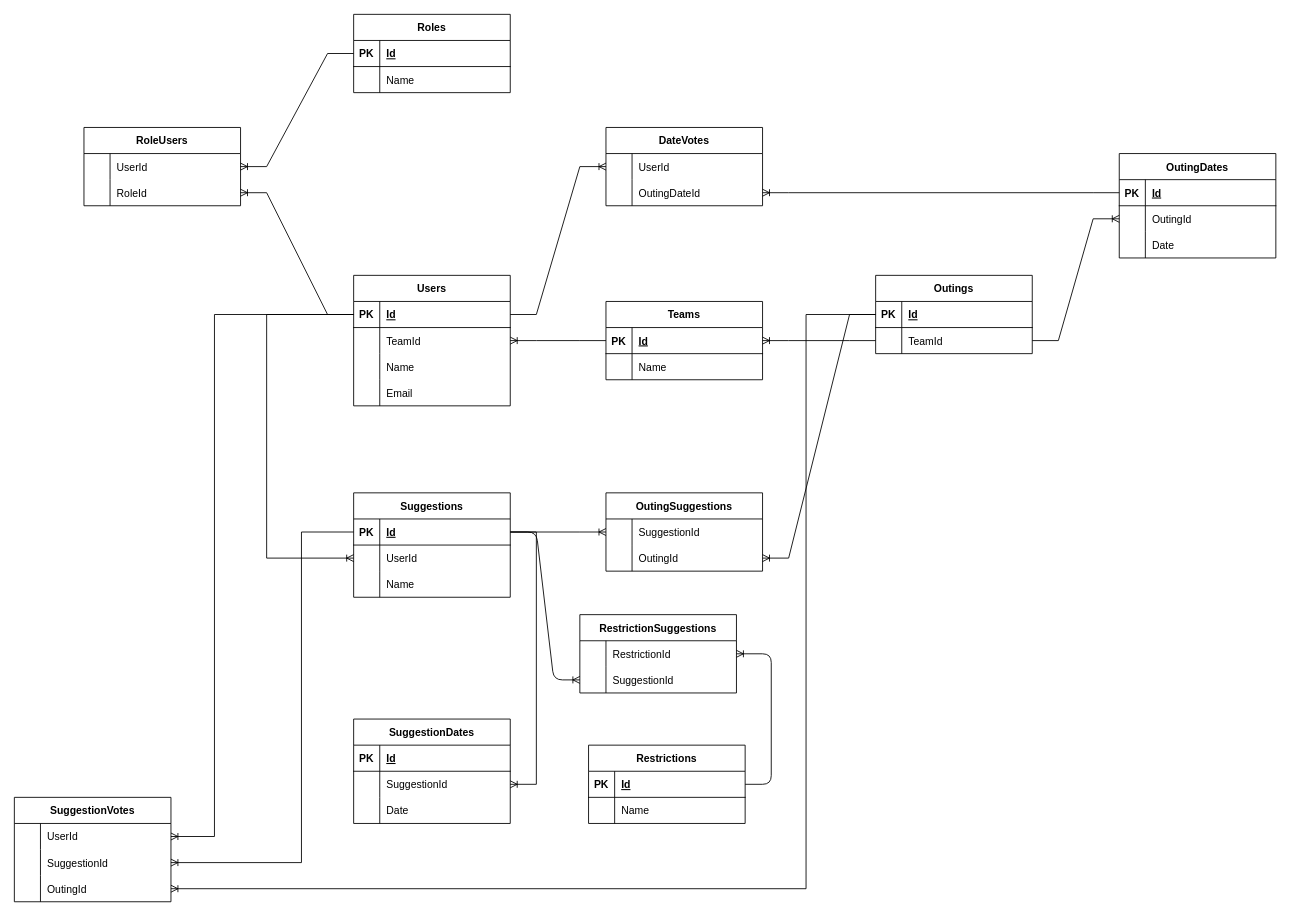
The draw.io diagram docs/ERD.drawio in PS222407/cgi-talpa-groepsopdracht, before the edit. Source tidied: cells renumbered, new cells numbered last; positions are measured from the earlier drawing's top-left corner, leaving out a move shared by most shapes. Both pictures are drawn from the tidied source at 87%, with x=0, y=0 at pixel (14, 14).
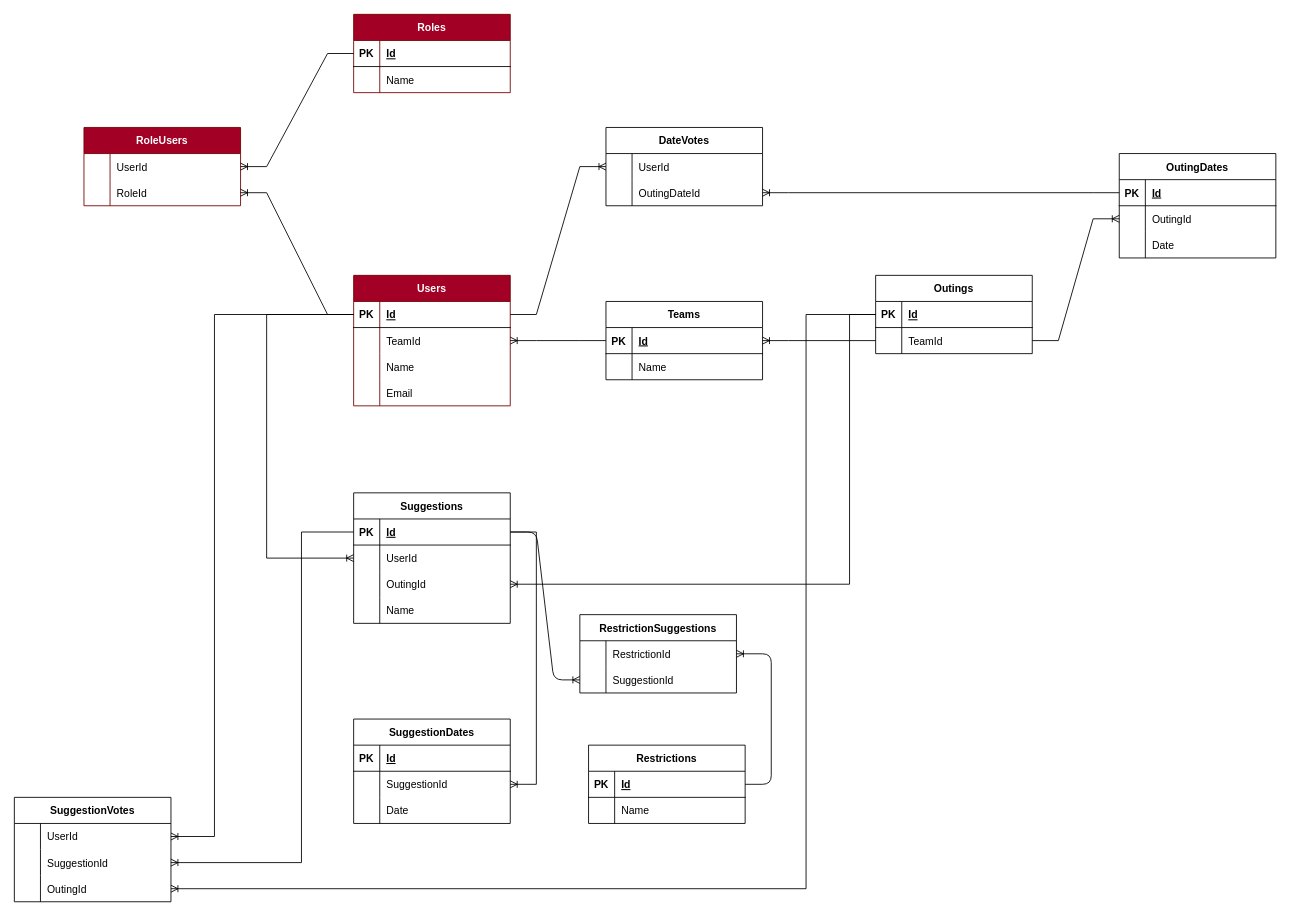
After the change.

The change refers to these unchanged cells:
```xml
<mxCell id="32" style="shape=tableRow;horizontal=0;startSize=0;swimlaneHead=0;swimlaneBody=0;fillColor=none;points=[[0,0.5],[1,0.5]];portConstraint=eastwest;top=0;left=0;right=0;bottom=1;rounded=0;" parent="31" vertex="1">
  <mxGeometry y="30" width="180" height="30" as="geometry" />
</mxCell>
<mxCell id="49" style="shape=tableRow;horizontal=0;startSize=0;swimlaneHead=0;swimlaneBody=0;fillColor=none;points=[[0,0.5],[1,0.5]];portConstraint=eastwest;top=0;left=0;right=0;bottom=1;rounded=0;" parent="48" vertex="1">
  <mxGeometry y="30" width="180" height="30" as="geometry" />
</mxCell>
```

The edit, as a diff of the source:
```diff
@@
-    <mxCell id="2" value="Users" style="shape=table;startSize=30;childLayout=tableLayout;rowLines=0;fontStyle=1;align=center;rounded=0;" parent="1" vertex="1">
+    <mxCell id="2" value="Users" style="shape=table;startSize=30;childLayout=tableLayout;rowLines=0;fontStyle=1;align=center;rounded=0;fillColor=#a20025;fontColor=#ffffff;strokeColor=#6F0000;" parent="1" vertex="1">
       <mxGeometry x="390" y="300" width="180" height="150" as="geometry" />
     </mxCell>
@@
-    <mxCell id="15" value="Roles" style="shape=table;startSize=30;childLayout=tableLayout;rowLines=0;fontStyle=1;align=center;rounded=0;" parent="1" vertex="1">
+    <mxCell id="15" value="Roles" style="shape=table;startSize=30;childLayout=tableLayout;rowLines=0;fontStyle=1;align=center;rounded=0;fillColor=#a20025;fontColor=#ffffff;strokeColor=#6F0000;" parent="1" vertex="1">
       <mxGeometry x="390" width="180" height="90" as="geometry" />
     </mxCell>
@@
-    <mxCell id="22" value="RoleUsers" style="shape=table;startSize=30;childLayout=tableLayout;rowLines=0;fontStyle=1;align=center;rounded=0;" parent="1" vertex="1">
+    <mxCell id="22" value="RoleUsers" style="shape=table;startSize=30;childLayout=tableLayout;rowLines=0;fontStyle=1;align=center;rounded=0;fillColor=#a20025;fontColor=#ffffff;strokeColor=#6F0000;" parent="1" vertex="1">
       <mxGeometry x="80" y="130" width="180" height="90" as="geometry" />
     </mxCell>
@@
     <mxCell id="31" value="Suggestions" style="shape=table;startSize=30;childLayout=tableLayout;rowLines=0;fontStyle=1;align=center;rounded=0;" parent="1" vertex="1">
-      <mxGeometry x="390" y="550" width="180" height="120" as="geometry" />
+      <mxGeometry x="390" y="550" width="180" height="150" as="geometry" />
     </mxCell>
@@
+    <mxCell id="127" style="shape=tableRow;horizontal=0;startSize=0;swimlaneHead=0;swimlaneBody=0;fillColor=none;points=[[0,0.5],[1,0.5]];portConstraint=eastwest;top=0;left=0;right=0;bottom=0;rounded=0;" parent="31" vertex="1">
+      <mxGeometry y="90" width="180" height="30" as="geometry" />
+    </mxCell>
+    <mxCell id="128" style="shape=partialRectangle;fillColor=none;top=0;left=0;bottom=0;right=0;overflow=hidden;rounded=0;" parent="127" vertex="1">
+      <mxGeometry width="30" height="30" as="geometry" />
+    </mxCell>
+    <mxCell id="47" value="OutingId" style="shape=partialRectangle;fillColor=none;top=0;left=0;bottom=0;right=0;align=left;spacingLeft=6;overflow=hidden;rounded=0;" parent="127" vertex="1">
+      <mxGeometry x="30" width="150" height="30" as="geometry" />
+    </mxCell>
     <mxCell id="38" style="shape=tableRow;horizontal=0;startSize=0;swimlaneHead=0;swimlaneBody=0;fillColor=none;top=0;left=0;right=0;bottom=0;rounded=0;" parent="31" vertex="1">
-      <mxGeometry y="90" width="180" height="30" as="geometry" />
+      <mxGeometry y="120" width="180" height="30" as="geometry" />
     </mxCell>
@@
-    <mxCell id="41" value="OutingSuggestions" style="shape=table;startSize=30;childLayout=tableLayout;rowLines=0;fontStyle=1;align=center;rounded=0;" parent="1" vertex="1">
-      <mxGeometry x="680" y="550" width="180" height="90" as="geometry" />
-    </mxCell>
-    <mxCell id="42" style="shape=tableRow;horizontal=0;startSize=0;swimlaneHead=0;swimlaneBody=0;fillColor=none;points=[[0,0.5],[1,0.5]];portConstraint=eastwest;top=0;left=0;right=0;bottom=0;rounded=0;" parent="41" vertex="1">
-      <mxGeometry y="30" width="180" height="30" as="geometry" />
-    </mxCell>
-    <mxCell id="43" style="shape=partialRectangle;fillColor=none;top=0;left=0;bottom=0;right=0;overflow=hidden;rounded=0;" parent="42" vertex="1">
-      <mxGeometry width="30" height="30" as="geometry" />
-    </mxCell>
-    <mxCell id="44" value="SuggestionId" style="shape=partialRectangle;fillColor=none;top=0;left=0;bottom=0;right=0;align=left;spacingLeft=6;overflow=hidden;rounded=0;" parent="42" vertex="1">
-      <mxGeometry x="30" width="150" height="30" as="geometry" />
-    </mxCell>
-    <mxCell id="45" style="shape=tableRow;horizontal=0;startSize=0;swimlaneHead=0;swimlaneBody=0;fillColor=none;points=[[0,0.5],[1,0.5]];portConstraint=eastwest;top=0;left=0;right=0;bottom=0;rounded=0;" parent="41" vertex="1">
-      <mxGeometry y="60" width="180" height="30" as="geometry" />
-    </mxCell>
-    <mxCell id="46" style="shape=partialRectangle;fillColor=none;top=0;left=0;bottom=0;right=0;overflow=hidden;rounded=0;" parent="45" vertex="1">
-      <mxGeometry width="30" height="30" as="geometry" />
-    </mxCell>
-    <mxCell id="47" value="OutingId" style="shape=partialRectangle;fillColor=none;top=0;left=0;bottom=0;right=0;align=left;spacingLeft=6;overflow=hidden;rounded=0;" parent="45" vertex="1">
-      <mxGeometry x="30" width="150" height="30" as="geometry" />
-    </mxCell>
@@
-    <mxCell id="79" style="edgeStyle=entityRelationEdgeStyle;fontSize=12;html=1;endArrow=ERoneToMany;rounded=0;" parent="1" edge="1" source="49" target="45">
-      <mxGeometry relative="1" as="geometry" />
+    <mxCell id="79" style="edgeStyle=orthogonalEdgeStyle;fontSize=12;html=1;endArrow=ERoneToMany;rounded=0;" parent="1" edge="1" source="49" target="127">
+      <mxGeometry relative="1" as="geometry">
+        <Array as="points">
+          <mxPoint x="960" y="345" />
+          <mxPoint x="960" y="655" />
+        </Array>
+      </mxGeometry>
     </mxCell>
@@
-    <mxCell id="84" style="edgeStyle=entityRelationEdgeStyle;fontSize=12;html=1;endArrow=ERoneToMany;rounded=0;" parent="1" edge="1" source="32" target="42">
-      <mxGeometry relative="1" as="geometry" />
-    </mxCell>
```
